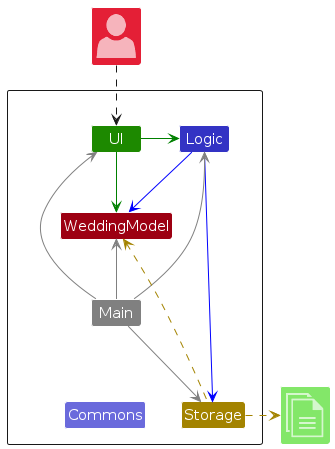
Before: diagrams/ArchitectureDiagram.png, a diagram exported from PlantUML (AY2425S2-CS2103T-W09-4/tp). Its source is kept beside it as diagrams/ArchitectureDiagram.puml. Its diagram source:
```plantuml
@startuml
!include <office/Concepts/globe_internet>
!include <office/Concepts/documents>
!include <office/Users/user>
!include style.puml

Package " "<<Rectangle>>{
    Class UI UI_COLOR
    Class Logic LOGIC_COLOR
    Class Storage STORAGE_COLOR
    Class WeddingModel MODEL_COLOR
    Class Main #grey
    Class Commons LOGIC_COLOR_T2
}

Class "<$user>" as User MODEL_COLOR_T2
Class "<$documents>" as File UI_COLOR_T1


UI -[#green]> Logic
UI -right[#green]-> WeddingModel
Logic -[#blue]-> Storage
Logic -down[#blue]-> WeddingModel
Main -[#grey]-> UI
Main -[#grey]-> Logic
Main -[#grey]-> Storage
Main -up[#grey]-> WeddingModel
Main -down[hidden]-> Commons

Storage -up[STORAGE_COLOR].> WeddingModel
Storage .right[STORAGE_COLOR].>File
User ..> UI
@enduml
```
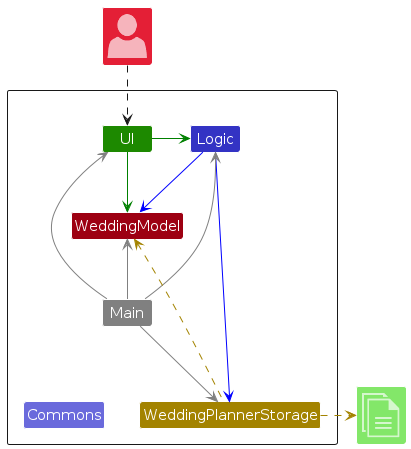
After the commit.

Change to the diagram source:
```diff
@@ -7,7 +7,7 @@
 Package " "<<Rectangle>>{
     Class UI UI_COLOR
     Class Logic LOGIC_COLOR
-    Class Storage STORAGE_COLOR
+    Class WeddingPlannerStorage STORAGE_COLOR
     Class WeddingModel MODEL_COLOR
     Class Main #grey
     Class Commons LOGIC_COLOR_T2
@@ -19,15 +19,15 @@
 
 UI -[#green]> Logic
 UI -right[#green]-> WeddingModel
-Logic -[#blue]-> Storage
+Logic -[#blue]-> WeddingPlannerStorage
 Logic -down[#blue]-> WeddingModel
 Main -[#grey]-> UI
 Main -[#grey]-> Logic
-Main -[#grey]-> Storage
+Main -[#grey]-> WeddingPlannerStorage
 Main -up[#grey]-> WeddingModel
 Main -down[hidden]-> Commons
 
-Storage -up[STORAGE_COLOR].> WeddingModel
-Storage .right[STORAGE_COLOR].>File
+WeddingPlannerStorage -up[STORAGE_COLOR].> WeddingModel
+WeddingPlannerStorage .right[STORAGE_COLOR].>File
 User ..> UI
 @enduml
```
